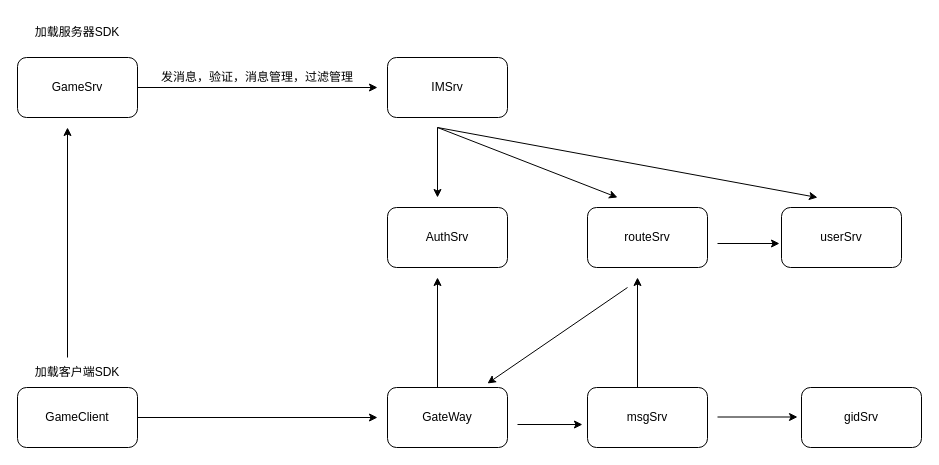
This is drawio/Untitled Diagram.drawio from hwholiday/learning_tools, a draw.io file, before an edit. Source tidied: cells renumbered, new cells numbered last; positions are measured from the earlier drawing's top-left corner, leaving out a move shared by most shapes. Both pictures are drawn from the tidied source at 100%, with x=0, y=0 at pixel (17, 17).
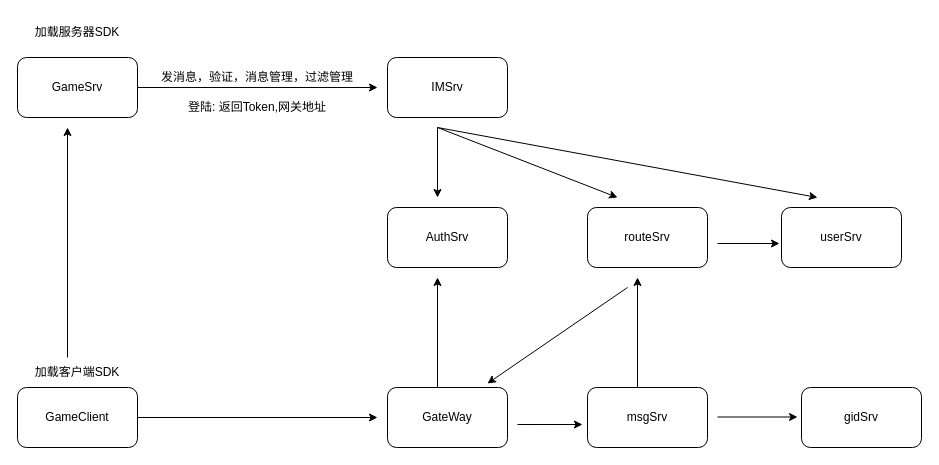
After the change.

Diff of the diagram source:
```diff
@@
+    <mxCell id="26" value="登陆: 返回Token,网关地址&lt;br&gt;" style="text;html=1;strokeColor=none;fillColor=none;align=center;verticalAlign=middle;whiteSpace=wrap;rounded=0;" parent="1" vertex="1">
+      <mxGeometry x="155" y="80" width="170" height="20" as="geometry" />
+    </mxCell>
```
